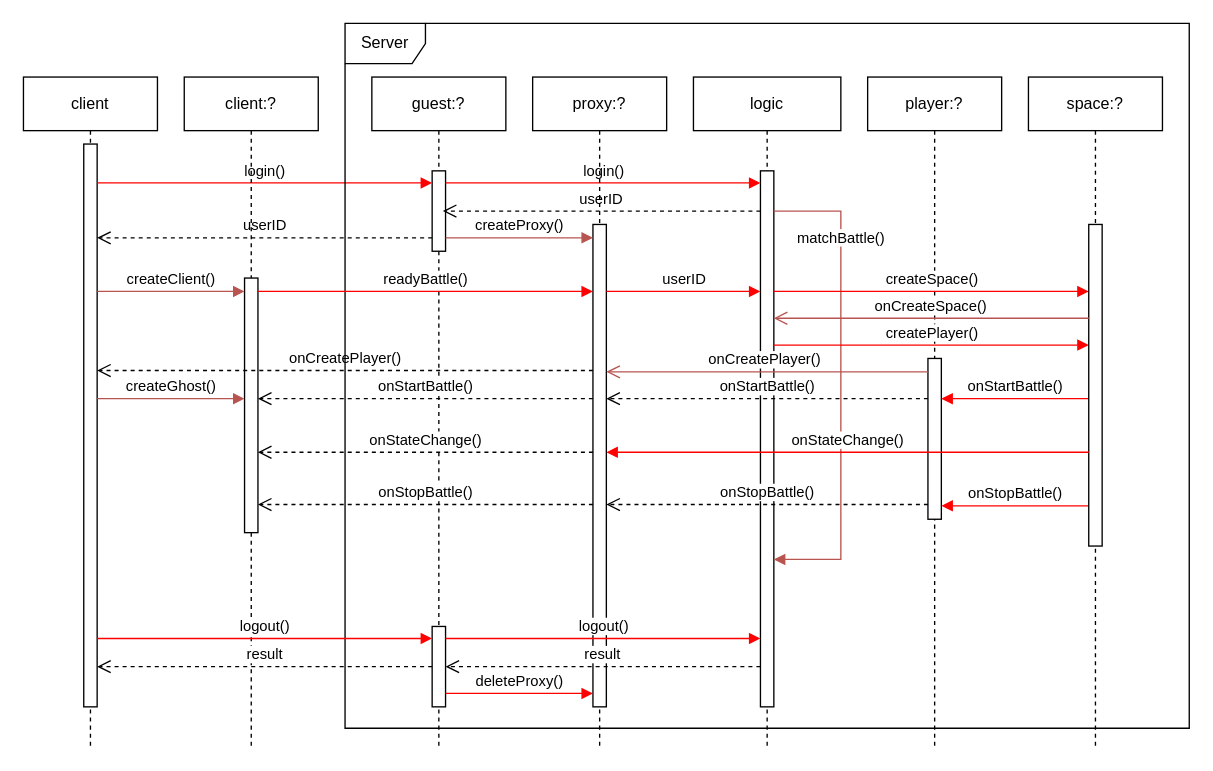
Earlier version of the draw.io diagram page "状态同步" (3 of 4) of Document/OpenMS.drawio (ChivenZhang/OpenMS). Source tidied: cells renumbered, new cells numbered last; positions are measured from the earlier drawing's top-left corner, leaving out a move shared by most shapes. Both pictures are drawn from the tidied source at 134%, with x=0, y=0 at pixel (23, 23).
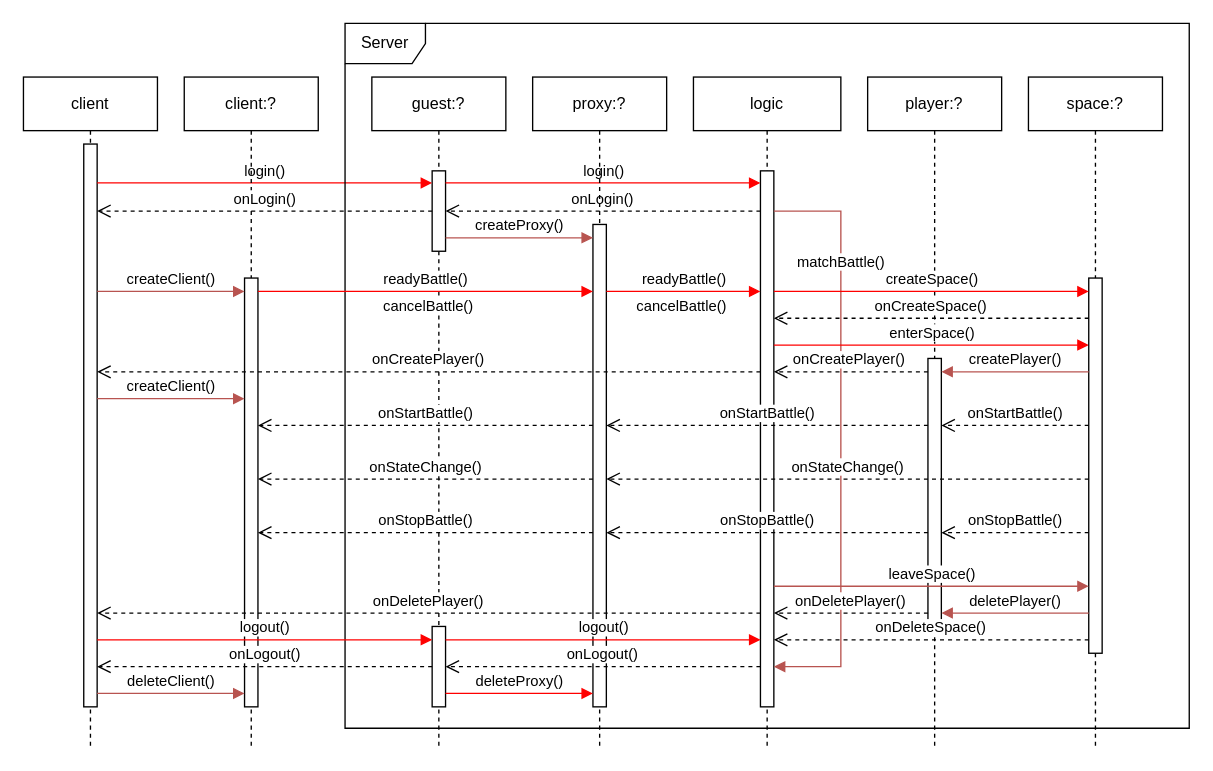
After the change.

Unchanged cells that the change refers to:
```xml
<mxCell id="3" style="html=1;points=[[0,0,0,0,5],[0,1,0,0,-5],[1,0,0,0,5],[1,1,0,0,-5]];perimeter=orthogonalPerimeter;outlineConnect=0;targetShapes=umlLifeline;portConstraint=eastwest;newEdgeStyle={&quot;curved&quot;:0,&quot;rounded&quot;:0};" parent="2" vertex="1">
  <mxGeometry x="45" y="50" width="10" height="420" as="geometry" />
</mxCell>
<mxCell id="5" style="html=1;points=[[0,0,0,0,5],[0,1,0,0,-5],[1,0,0,0,5],[1,1,0,0,-5]];perimeter=orthogonalPerimeter;outlineConnect=0;targetShapes=umlLifeline;portConstraint=eastwest;newEdgeStyle={&quot;curved&quot;:0,&quot;rounded&quot;:0};" parent="4" vertex="1">
  <mxGeometry x="45" y="70" width="10" height="60" as="geometry" />
</mxCell>
<mxCell id="7" value="player:?" style="shape=umlLifeline;perimeter=lifelinePerimeter;whiteSpace=wrap;html=1;newEdgeStyle={&quot;curved&quot;:0,&quot;rounded&quot;:0};" parent="1" vertex="1">
  <mxGeometry x="630" y="40" width="100" height="500" as="geometry" />
</mxCell>
<mxCell id="9" value="logic" style="shape=umlLifeline;perimeter=lifelinePerimeter;whiteSpace=wrap;html=1;newEdgeStyle={&quot;curved&quot;:0,&quot;rounded&quot;:0};" parent="1" vertex="1">
  <mxGeometry x="500" y="40" width="110" height="500" as="geometry" />
</mxCell>
<mxCell id="10" style="html=1;points=[[0,0,0,0,5],[0,1,0,0,-5],[1,0,0,0,5],[1,1,0,0,-5]];perimeter=orthogonalPerimeter;outlineConnect=0;targetShapes=umlLifeline;portConstraint=eastwest;newEdgeStyle={&quot;curved&quot;:0,&quot;rounded&quot;:0};" parent="9" vertex="1">
  <mxGeometry x="50" y="70" width="10" height="400" as="geometry" />
</mxCell>
<mxCell id="16" value="client:?" style="shape=umlLifeline;perimeter=lifelinePerimeter;whiteSpace=wrap;html=1;newEdgeStyle={&quot;curved&quot;:0,&quot;rounded&quot;:0};" parent="1" vertex="1">
  <mxGeometry x="120" y="40" width="100" height="500" as="geometry" />
</mxCell>
<mxCell id="20" style="html=1;points=[[0,0,0,0,5],[0,1,0,0,-5],[1,0,0,0,5],[1,1,0,0,-5]];perimeter=orthogonalPerimeter;outlineConnect=0;targetShapes=umlLifeline;portConstraint=eastwest;newEdgeStyle={&quot;curved&quot;:0,&quot;rounded&quot;:0};" parent="19" vertex="1">
  <mxGeometry x="45" y="110" width="10" height="360" as="geometry" />
</mxCell>
<mxCell id="32" value="readyBattle()" style="html=1;verticalAlign=bottom;endArrow=block;curved=0;rounded=0;strokeColor=#FF0000;" parent="1" edge="1">
  <mxGeometry relative="1" as="geometry">
    <mxPoint x="175" y="200" as="sourcePoint" />
    <mxPoint x="425" y="200" as="targetPoint" />
  </mxGeometry>
</mxCell>
<mxCell id="40" value="space:?" style="shape=umlLifeline;perimeter=lifelinePerimeter;whiteSpace=wrap;html=1;newEdgeStyle={&quot;curved&quot;:0,&quot;rounded&quot;:0};" parent="1" vertex="1">
  <mxGeometry x="750" y="40" width="100" height="500" as="geometry" />
</mxCell>
```

What changed in the source:
```diff
@@
     <mxCell id="8" style="html=1;points=[[0,0,0,0,5],[0,1,0,0,-5],[1,0,0,0,5],[1,1,0,0,-5]];perimeter=orthogonalPerimeter;outlineConnect=0;targetShapes=umlLifeline;portConstraint=eastwest;newEdgeStyle={&quot;curved&quot;:0,&quot;rounded&quot;:0};" parent="7" vertex="1">
-      <mxGeometry x="45" y="210" width="10" height="120" as="geometry" />
+      <mxGeometry x="45" y="210" width="10" height="200" as="geometry" />
     </mxCell>
@@
     <mxCell id="11" value="matchBattle()" style="html=1;verticalAlign=bottom;endArrow=block;curved=0;rounded=0;fillColor=#f8cecc;strokeColor=#b85450;" parent="9" edge="1" source="10" target="10">
       <mxGeometry x="-0.56" relative="1" as="geometry">
         <Array as="points">
           <mxPoint x="110" y="100" />
-          <mxPoint x="110" y="360" />
+          <mxPoint x="110" y="440" />
         </Array>
       </mxGeometry>
     </mxCell>
@@
-    <mxCell id="14" value="userID" style="html=1;verticalAlign=bottom;endArrow=open;dashed=1;endSize=8;curved=0;rounded=0;" parent="1" edge="1">
+    <mxCell id="14" value="onLogin()" style="html=1;verticalAlign=bottom;endArrow=open;dashed=1;endSize=8;curved=0;rounded=0;" parent="1" edge="1" target="5">
       <mxGeometry relative="1" as="geometry">
         <mxPoint x="550" y="140" as="sourcePoint" />
-        <mxPoint x="313" y="140" as="targetPoint" />
       </mxGeometry>
     </mxCell>
-    <mxCell id="15" value="userID" style="html=1;verticalAlign=bottom;endArrow=open;dashed=1;endSize=8;curved=0;rounded=0;exitX=0;exitY=1;exitDx=0;exitDy=-5;exitPerimeter=0;" parent="1" edge="1">
-      <mxGeometry relative="1" as="geometry">
-        <mxPoint x="305" y="160" as="sourcePoint" />
-        <mxPoint x="55" y="160" as="targetPoint" />
-      </mxGeometry>
-    </mxCell>
@@
     <mxCell id="17" style="html=1;perimeter=orthogonalPerimeter;targetShapes=umlLifeline;newEdgeStyle={&quot;curved&quot;:0,&quot;rounded&quot;:0};" parent="16" vertex="1">
-      <mxGeometry x="45" y="150" width="10" height="190" as="geometry" />
+      <mxGeometry x="45" y="150" width="10" height="320" as="geometry" />
     </mxCell>
@@
-    <mxCell id="22" value="createPlayer()" style="html=1;verticalAlign=bottom;endArrow=block;curved=0;rounded=0;strokeColor=#FF0000;" parent="1" edge="1" target="41">
+    <mxCell id="22" value="enterSpace()" style="html=1;verticalAlign=bottom;endArrow=block;curved=0;rounded=0;strokeColor=#FF0000;" parent="1" edge="1" target="41">
       <mxGeometry relative="1" as="geometry">
         <mxPoint x="560" y="240" as="sourcePoint" />
       </mxGeometry>
     </mxCell>
-    <mxCell id="23" value="onCreatePlayer()" style="html=1;verticalAlign=bottom;endArrow=open;endSize=8;curved=0;rounded=0;exitX=0;exitY=0;exitDx=0;exitDy=5;exitPerimeter=0;fillColor=#f8cecc;strokeColor=#b85450;" parent="1" edge="1">
+    <mxCell id="23" value="onCreatePlayer()" style="html=1;verticalAlign=bottom;endArrow=open;endSize=8;curved=0;rounded=0;exitX=0;exitY=0;exitDx=0;exitDy=5;exitPerimeter=0;fillColor=#f8cecc;strokeColor=#000000;dashed=1;" parent="1" edge="1" target="10">
       <mxGeometry x="0.02" relative="1" as="geometry">
         <mxPoint x="675" y="260" as="sourcePoint" />
-        <mxPoint x="435" y="260" as="targetPoint" />
       </mxGeometry>
     </mxCell>
     <mxCell id="24" value="onCreatePlayer()" style="html=1;verticalAlign=bottom;endArrow=open;dashed=1;endSize=8;curved=0;rounded=0;" parent="1" edge="1">
       <mxGeometry relative="1" as="geometry">
-        <mxPoint x="425" y="259" as="sourcePoint" />
-        <mxPoint x="55" y="259" as="targetPoint" />
+        <mxPoint x="550" y="260" as="sourcePoint" />
+        <mxPoint x="55" y="260" as="targetPoint" />
       </mxGeometry>
     </mxCell>
-    <mxCell id="25" value="createGhost()" style="html=1;verticalAlign=bottom;endArrow=block;curved=0;rounded=0;fillColor=#f8cecc;strokeColor=#b85450;" parent="1" edge="1">
+    <mxCell id="25" value="createClient()" style="html=1;verticalAlign=bottom;endArrow=block;curved=0;rounded=0;fillColor=#f8cecc;strokeColor=#b85450;" parent="1" edge="1">
       <mxGeometry relative="1" as="geometry">
         <mxPoint x="55" y="280" as="sourcePoint" />
         <mxPoint x="165" y="280" as="targetPoint" />
       </mxGeometry>
     </mxCell>
@@
     <mxCell id="27" value="logout()" style="html=1;verticalAlign=bottom;endArrow=block;curved=0;rounded=0;strokeColor=#FF0000;" parent="1" edge="1">
       <mxGeometry relative="1" as="geometry">
-        <mxPoint x="55" y="459" as="sourcePoint" />
-        <mxPoint x="305" y="459" as="targetPoint" />
+        <mxPoint x="55" y="460" as="sourcePoint" />
+        <mxPoint x="305" y="460" as="targetPoint" />
       </mxGeometry>
     </mxCell>
     <mxCell id="28" value="logout()" style="html=1;verticalAlign=bottom;endArrow=block;curved=0;rounded=0;strokeColor=#FF0000;" parent="1" edge="1">
       <mxGeometry relative="1" as="geometry">
-        <mxPoint x="315" y="459" as="sourcePoint" />
-        <mxPoint x="550" y="459" as="targetPoint" />
+        <mxPoint x="315" y="460" as="sourcePoint" />
+        <mxPoint x="550" y="460" as="targetPoint" />
       </mxGeometry>
     </mxCell>
-    <mxCell id="29" value="result" style="html=1;verticalAlign=bottom;endArrow=open;dashed=1;endSize=8;curved=0;rounded=0;" parent="1" edge="1" source="10">
+    <mxCell id="29" value="onLogout()" style="html=1;verticalAlign=bottom;endArrow=open;dashed=1;endSize=8;curved=0;rounded=0;" parent="1" edge="1" source="10">
       <mxGeometry relative="1" as="geometry">
         <mxPoint x="315" y="480" as="targetPoint" />
       </mxGeometry>
     </mxCell>
@@
-    <mxCell id="31" value="result" style="html=1;verticalAlign=bottom;endArrow=open;dashed=1;endSize=8;curved=0;rounded=0;exitX=0;exitY=1;exitDx=0;exitDy=-5;exitPerimeter=0;" parent="1" edge="1">
+    <mxCell id="31" value="onLogout()" style="html=1;verticalAlign=bottom;endArrow=open;dashed=1;endSize=8;curved=0;rounded=0;exitX=0;exitY=1;exitDx=0;exitDy=-5;exitPerimeter=0;" parent="1" edge="1">
       <mxGeometry relative="1" as="geometry">
         <mxPoint x="305" y="480" as="sourcePoint" />
         <mxPoint x="55" y="480" as="targetPoint" />
       </mxGeometry>
     </mxCell>
@@
+    <mxCell id="46" value="cancelBattle()" style="edgeLabel;html=1;align=center;verticalAlign=middle;" parent="32" vertex="1">
+      <mxGeometry x="-0.26" y="-3" relative="1" as="geometry">
+        <mxPoint x="33" y="7" as="offset" />
+      </mxGeometry>
+    </mxCell>
-    <mxCell id="33" value="userID" style="html=1;verticalAlign=bottom;endArrow=block;curved=0;rounded=0;strokeColor=#FF0000;" parent="1" edge="1" source="20">
+    <mxCell id="33" value="readyBattle()" style="html=1;verticalAlign=bottom;endArrow=block;curved=0;rounded=0;strokeColor=#FF0000;" parent="1" edge="1" source="20">
       <mxGeometry relative="1" as="geometry">
         <mxPoint x="550" y="200" as="targetPoint" />
         <Array as="points">
           <mxPoint x="500" y="200" />
         </Array>
       </mxGeometry>
     </mxCell>
+    <mxCell id="47" value="cancelBattle()" style="edgeLabel;html=1;align=center;verticalAlign=middle;" parent="33" vertex="1">
+      <mxGeometry x="-0.43" y="-2" relative="1" as="geometry">
+        <mxPoint x="22" y="8" as="offset" />
+      </mxGeometry>
+    </mxCell>
     <mxCell id="34" value="onStartBattle()" style="html=1;verticalAlign=bottom;endArrow=open;dashed=1;endSize=8;curved=0;rounded=0;" parent="1" edge="1">
       <mxGeometry relative="1" as="geometry">
-        <mxPoint x="425" y="280" as="sourcePoint" />
-        <mxPoint x="175" y="280" as="targetPoint" />
+        <mxPoint x="425" y="300" as="sourcePoint" />
+        <mxPoint x="175" y="300" as="targetPoint" />
       </mxGeometry>
     </mxCell>
-    <mxCell id="35" value="onStartBattle()" style="html=1;verticalAlign=bottom;endArrow=open;dashed=1;endSize=8;curved=0;rounded=0;" parent="1" edge="1" source="8">
+    <mxCell id="35" value="onStartBattle()" style="html=1;verticalAlign=bottom;endArrow=open;dashed=1;endSize=8;curved=0;rounded=0;" parent="1" edge="1">
       <mxGeometry relative="1" as="geometry">
-        <mxPoint x="435" y="280" as="targetPoint" />
+        <mxPoint x="675" y="300" as="sourcePoint" />
+        <mxPoint x="435" y="300" as="targetPoint" />
       </mxGeometry>
     </mxCell>
-    <mxCell id="36" value="onStopBattle()" style="html=1;verticalAlign=bottom;endArrow=open;dashed=1;endSize=8;curved=0;rounded=0;entryX=1;entryY=1;entryDx=0;entryDy=-5;entryPerimeter=0;" parent="1" edge="1" source="8">
+    <mxCell id="36" value="onStopBattle()" style="html=1;verticalAlign=bottom;endArrow=open;dashed=1;endSize=8;curved=0;rounded=0;entryX=1;entryY=1;entryDx=0;entryDy=-5;entryPerimeter=0;" parent="1" edge="1">
       <mxGeometry relative="1" as="geometry">
-        <mxPoint x="435" y="359" as="targetPoint" />
+        <mxPoint x="675" y="380" as="sourcePoint" />
+        <mxPoint x="435" y="380" as="targetPoint" />
       </mxGeometry>
     </mxCell>
     <mxCell id="37" value="onStopBattle()" style="html=1;verticalAlign=bottom;endArrow=open;dashed=1;endSize=8;curved=0;rounded=0;exitX=0;exitY=1;exitDx=0;exitDy=-5;exitPerimeter=0;entryX=1;entryY=1;entryDx=0;entryDy=-5;entryPerimeter=0;" parent="1" edge="1">
       <mxGeometry relative="1" as="geometry">
-        <mxPoint x="425" y="359" as="sourcePoint" />
-        <mxPoint x="175" y="359" as="targetPoint" />
+        <mxPoint x="425" y="380" as="sourcePoint" />
+        <mxPoint x="175" y="380" as="targetPoint" />
       </mxGeometry>
     </mxCell>
-    <mxCell id="38" value="onStartBattle()" style="html=1;verticalAlign=bottom;endArrow=block;curved=0;rounded=0;strokeColor=#FF0000;" parent="1" edge="1">
+    <mxCell id="38" value="onStartBattle()" style="html=1;verticalAlign=bottom;endArrow=open;curved=0;rounded=0;strokeColor=#000000;dashed=1;endFill=0;endSize=8;" parent="1" edge="1">
       <mxGeometry relative="1" as="geometry">
-        <mxPoint x="795" y="280" as="sourcePoint" />
-        <mxPoint x="685" y="280" as="targetPoint" />
+        <mxPoint x="795" y="300" as="sourcePoint" />
+        <mxPoint x="685" y="300" as="targetPoint" />
       </mxGeometry>
     </mxCell>
-    <mxCell id="39" value="onStopBattle()" style="html=1;verticalAlign=bottom;endArrow=block;curved=0;rounded=0;strokeColor=#FF0000;" parent="1" edge="1">
+    <mxCell id="39" value="onStopBattle()" style="html=1;verticalAlign=bottom;endArrow=open;curved=0;rounded=0;strokeColor=#000000;dashed=1;endFill=0;endSize=8;" parent="1" edge="1">
       <mxGeometry relative="1" as="geometry">
-        <mxPoint x="795" y="360" as="sourcePoint" />
-        <mxPoint x="685" y="360" as="targetPoint" />
+        <mxPoint x="795" y="380" as="sourcePoint" />
+        <mxPoint x="685" y="380" as="targetPoint" />
       </mxGeometry>
     </mxCell>
@@
     <mxCell id="41" style="html=1;points=[[0,0,0,0,5],[0,1,0,0,-5],[1,0,0,0,5],[1,1,0,0,-5]];perimeter=orthogonalPerimeter;outlineConnect=0;targetShapes=umlLifeline;portConstraint=eastwest;newEdgeStyle={&quot;curved&quot;:0,&quot;rounded&quot;:0};" parent="40" vertex="1">
-      <mxGeometry x="45" y="110" width="10" height="240" as="geometry" />
+      <mxGeometry x="45" y="150" width="10" height="280" as="geometry" />
     </mxCell>
@@
-    <mxCell id="43" value="onCreateSpace()" style="html=1;verticalAlign=bottom;endArrow=open;endSize=8;curved=0;rounded=0;fillColor=#f8cecc;strokeColor=#b85450;" parent="1" edge="1">
+    <mxCell id="43" value="onCreateSpace()" style="html=1;verticalAlign=bottom;endArrow=open;endSize=8;curved=0;rounded=0;fillColor=#f8cecc;strokeColor=#000000;dashed=1;" parent="1" edge="1">
       <mxGeometry relative="1" as="geometry">
         <mxPoint x="795" y="220" as="sourcePoint" />
         <mxPoint x="560" y="220" as="targetPoint" />
       </mxGeometry>
     </mxCell>
-    <mxCell id="44" value="onStateChange()" style="html=1;verticalAlign=bottom;endArrow=block;curved=0;rounded=0;strokeColor=#FF0000;" parent="1" edge="1">
+    <mxCell id="44" value="onStateChange()" style="html=1;verticalAlign=bottom;endArrow=open;curved=0;rounded=0;strokeColor=#000000;endSize=8;endFill=0;dashed=1;" parent="1" edge="1">
       <mxGeometry relative="1" as="geometry">
-        <mxPoint x="795" y="320" as="sourcePoint" />
-        <mxPoint x="435" y="320" as="targetPoint" />
+        <mxPoint x="795" y="340" as="sourcePoint" />
+        <mxPoint x="435" y="340" as="targetPoint" />
       </mxGeometry>
     </mxCell>
     <mxCell id="45" value="onStateChange()" style="html=1;verticalAlign=bottom;endArrow=open;dashed=1;endSize=8;curved=0;rounded=0;" parent="1" edge="1">
       <mxGeometry relative="1" as="geometry">
-        <mxPoint x="425" y="320" as="sourcePoint" />
-        <mxPoint x="175" y="320" as="targetPoint" />
+        <mxPoint x="425" y="340" as="sourcePoint" />
+        <mxPoint x="175" y="340" as="targetPoint" />
       </mxGeometry>
     </mxCell>
+    <mxCell id="48" value="leaveSpace()" style="html=1;verticalAlign=bottom;endArrow=block;curved=0;rounded=0;fillColor=#f8cecc;strokeColor=#b85450;" parent="1" edge="1">
+      <mxGeometry relative="1" as="geometry">
+        <mxPoint x="560" y="420" as="sourcePoint" />
+        <mxPoint x="795" y="420" as="targetPoint" />
+      </mxGeometry>
+    </mxCell>
+    <mxCell id="49" value="onDeletePlayer()" style="html=1;verticalAlign=bottom;endArrow=open;dashed=1;endSize=8;curved=0;rounded=0;" parent="1" edge="1">
+      <mxGeometry relative="1" as="geometry">
+        <mxPoint x="675" y="440" as="sourcePoint" />
+        <mxPoint x="560" y="440" as="targetPoint" />
+      </mxGeometry>
+    </mxCell>
+    <mxCell id="50" value="onDeletePlayer()" style="html=1;verticalAlign=bottom;endArrow=open;dashed=1;endSize=8;curved=0;rounded=0;" parent="1" edge="1">
+      <mxGeometry relative="1" as="geometry">
+        <mxPoint x="550" y="440" as="sourcePoint" />
+        <mxPoint x="55" y="440" as="targetPoint" />
+      </mxGeometry>
+    </mxCell>
+    <mxCell id="51" value="deleteClient()" style="html=1;verticalAlign=bottom;endArrow=block;curved=0;rounded=0;fillColor=#f8cecc;strokeColor=#b85450;" parent="1" edge="1">
+      <mxGeometry relative="1" as="geometry">
+        <mxPoint x="55" y="500" as="sourcePoint" />
+        <mxPoint x="165" y="500" as="targetPoint" />
+      </mxGeometry>
+    </mxCell>
+    <mxCell id="52" value="onLogin()" style="html=1;verticalAlign=bottom;endArrow=open;dashed=1;endSize=8;curved=0;rounded=0;" parent="1" edge="1" source="5" target="3">
+      <mxGeometry relative="1" as="geometry" />
+    </mxCell>
+    <mxCell id="53" value="createPlayer()" style="html=1;verticalAlign=bottom;endArrow=block;curved=0;rounded=0;fillColor=#f8cecc;strokeColor=#b85450;" parent="1" edge="1">
+      <mxGeometry relative="1" as="geometry">
+        <mxPoint x="795" y="260" as="sourcePoint" />
+        <mxPoint x="685" y="260" as="targetPoint" />
+      </mxGeometry>
+    </mxCell>
+    <mxCell id="54" value="deletePlayer()" style="html=1;verticalAlign=bottom;endArrow=block;curved=0;rounded=0;fillColor=#f8cecc;strokeColor=#b85450;" parent="1" edge="1">
+      <mxGeometry relative="1" as="geometry">
+        <mxPoint x="795" y="440" as="sourcePoint" />
+        <mxPoint x="685" y="440" as="targetPoint" />
+      </mxGeometry>
+    </mxCell>
+    <mxCell id="55" value="onDeleteSpace()" style="html=1;verticalAlign=bottom;endArrow=open;dashed=1;endSize=8;curved=0;rounded=0;" parent="1" edge="1">
+      <mxGeometry relative="1" as="geometry">
+        <mxPoint x="795" y="460" as="sourcePoint" />
+        <mxPoint x="560" y="460" as="targetPoint" />
+      </mxGeometry>
+    </mxCell>
```
